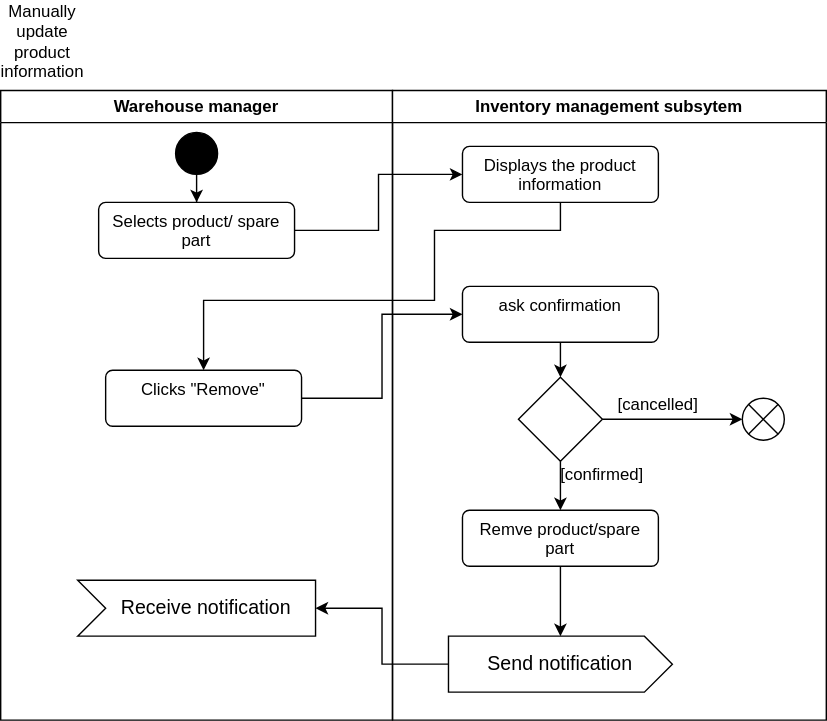
This is Update_prods.svg from Simamkele88/IFM3_GP, a draw.io export, as it was before one commit. Source tidied: cells renumbered, new cells last; positions are measured from the earlier drawing's top-left corner, leaving out a move shared by most shapes. Its diagram source:
```xml
<mxGraphModel>
  <root>
    <mxCell id="0" />
    <mxCell id="1" parent="0" />
    <mxCell id="2" value="Warehouse manager" style="swimlane;whiteSpace=wrap;html=1;" parent="1" vertex="1">
      <mxGeometry y="50" width="280" height="450" as="geometry" />
    </mxCell>
    <mxCell id="3" style="edgeStyle=orthogonalEdgeStyle;rounded=0;jettySize=auto;html=1;entryX=0.5;entryY=0;entryDx=0;entryDy=0;" parent="2" edge="1" source="4" target="5">
      <mxGeometry relative="1" as="geometry" />
    </mxCell>
    <mxCell id="4" style="ellipse;fillColor=strokeColor;html=1;" parent="2" vertex="1">
      <mxGeometry x="125" y="30" width="30" height="30" as="geometry" />
    </mxCell>
    <mxCell id="5" value="Selects product/ spare part" style="html=1;align=center;verticalAlign=top;rounded=1;absoluteArcSize=1;arcSize=10;dashed=0;whiteSpace=wrap;" parent="2" vertex="1">
      <mxGeometry x="70" y="80" width="140" height="40" as="geometry" />
    </mxCell>
    <mxCell id="6" value="Clicks &quot;Remove&quot;&lt;span style=&quot;color: rgba(0, 0, 0, 0); font-family: monospace; font-size: 0px; text-align: start; text-wrap-mode: nowrap;&quot;&gt;%3CmxGraphModel%3E%3Croot%3E%3CmxCell%20id%3D%220%22%2F%3E%3CmxCell%20id%3D%221%22%20parent%3D%220%22%2F%3E%3CmxCell%20id%3D%222%22%20value%3D%22Selects%20product%2F%20spare%20part%22%20style%3D%22html%3D1%3Balign%3Dcenter%3BverticalAlign%3Dtop%3Brounded%3D1%3BabsoluteArcSize%3D1%3BarcSize%3D10%3Bdashed%3D0%3BwhiteSpace%3Dwrap%3B%22%20vertex%3D%221%22%20parent%3D%221%22%3E%3CmxGeometry%20x%3D%22185%22%20y%3D%22270%22%20width%3D%22140%22%20height%3D%2240%22%20as%3D%22geometry%22%2F%3E%3C%2FmxCell%3E%3C%2Froot%3E%3C%2FmxGraphModel%3E&lt;/span&gt;" style="html=1;align=center;verticalAlign=top;rounded=1;absoluteArcSize=1;arcSize=10;dashed=0;whiteSpace=wrap;" parent="2" vertex="1">
      <mxGeometry x="75" y="200" width="140" height="40" as="geometry" />
    </mxCell>
    <mxCell id="7" value="Receive notification" style="html=1;shape=mxgraph.infographic.ribbonSimple;notch1=20;notch2=0;align=center;verticalAlign=middle;fontSize=14;fontStyle=0;fillColor=#FFFFFF;flipH=0;spacingRight=0;spacingLeft=14;whiteSpace=wrap;" parent="2" vertex="1">
      <mxGeometry x="55" y="350" width="170" height="40" as="geometry" />
    </mxCell>
    <mxCell id="8" value="Inventory management subsytem" style="swimlane;whiteSpace=wrap;html=1;" parent="1" vertex="1">
      <mxGeometry x="280" y="50" width="310" height="450" as="geometry" />
    </mxCell>
    <mxCell id="9" value="Displays the product information" style="html=1;align=center;verticalAlign=top;rounded=1;absoluteArcSize=1;arcSize=10;dashed=0;whiteSpace=wrap;" parent="8" vertex="1">
      <mxGeometry x="50" y="40" width="140" height="40" as="geometry" />
    </mxCell>
    <mxCell id="10" style="edgeStyle=orthogonalEdgeStyle;rounded=0;jettySize=auto;html=1;" parent="8" edge="1" source="11" target="14">
      <mxGeometry relative="1" as="geometry" />
    </mxCell>
    <mxCell id="11" value="ask confirmation" style="html=1;align=center;verticalAlign=top;rounded=1;absoluteArcSize=1;arcSize=10;dashed=0;whiteSpace=wrap;" parent="8" vertex="1">
      <mxGeometry x="50" y="140" width="140" height="40" as="geometry" />
    </mxCell>
    <mxCell id="12" style="edgeStyle=orthogonalEdgeStyle;rounded=0;jettySize=auto;html=1;" parent="8" edge="1" source="14" target="15">
      <mxGeometry relative="1" as="geometry" />
    </mxCell>
    <mxCell id="13" style="edgeStyle=orthogonalEdgeStyle;rounded=0;jettySize=auto;html=1;" parent="8" edge="1" source="14" target="18">
      <mxGeometry relative="1" as="geometry" />
    </mxCell>
    <mxCell id="14" style="rhombus;whiteSpace=wrap;html=1;" parent="8" vertex="1">
      <mxGeometry x="90" y="205" width="60" height="60" as="geometry" />
    </mxCell>
    <mxCell id="15" style="shape=sumEllipse;perimeter=ellipsePerimeter;html=1;backgroundOutline=1;" parent="8" vertex="1">
      <mxGeometry x="250" y="220" width="30" height="30" as="geometry" />
    </mxCell>
    <mxCell id="16" value="[cancelled]" style="text;html=1;align=center;verticalAlign=middle;whiteSpace=wrap;rounded=0;" parent="8" vertex="1">
      <mxGeometry x="160" y="210" width="60" height="30" as="geometry" />
    </mxCell>
    <mxCell id="17" style="edgeStyle=orthogonalEdgeStyle;rounded=0;jettySize=auto;html=1;" parent="8" edge="1" source="18" target="20">
      <mxGeometry relative="1" as="geometry" />
    </mxCell>
    <mxCell id="18" value="Remve product/spare part" style="html=1;align=center;verticalAlign=top;rounded=1;absoluteArcSize=1;arcSize=10;dashed=0;whiteSpace=wrap;" parent="8" vertex="1">
      <mxGeometry x="50" y="300" width="140" height="40" as="geometry" />
    </mxCell>
    <mxCell id="19" value="[confirmed]" style="text;html=1;align=center;verticalAlign=middle;whiteSpace=wrap;rounded=0;" parent="8" vertex="1">
      <mxGeometry x="120" y="260" width="60" height="30" as="geometry" />
    </mxCell>
    <mxCell id="20" value="Send notification" style="html=1;shape=mxgraph.infographic.ribbonSimple;notch1=0;notch2=20;align=center;verticalAlign=middle;fontSize=14;fontStyle=0;fillColor=#FFFFFF;whiteSpace=wrap;" parent="8" vertex="1">
      <mxGeometry x="40" y="390" width="160" height="40" as="geometry" />
    </mxCell>
    <mxCell id="21" value="Manually update product information" style="text;html=1;align=center;verticalAlign=middle;whiteSpace=wrap;rounded=0;" parent="1" vertex="1">
      <mxGeometry width="60" height="30" as="geometry" />
    </mxCell>
    <mxCell id="22" style="edgeStyle=orthogonalEdgeStyle;rounded=0;jettySize=auto;html=1;entryX=1;entryY=0.5;entryDx=0;entryDy=0;entryPerimeter=0;" parent="1" edge="1" source="20" target="7">
      <mxGeometry relative="1" as="geometry" />
    </mxCell>
    <mxCell id="23" style="edgeStyle=orthogonalEdgeStyle;rounded=0;jettySize=auto;html=1;entryX=0;entryY=0.5;entryDx=0;entryDy=0;" parent="1" edge="1" source="5" target="9">
      <mxGeometry relative="1" as="geometry" />
    </mxCell>
    <mxCell id="24" style="edgeStyle=orthogonalEdgeStyle;rounded=0;jettySize=auto;html=1;entryX=0.5;entryY=0;entryDx=0;entryDy=0;exitX=0.5;exitY=1;exitDx=0;exitDy=0;" parent="1" edge="1" source="9" target="6">
      <mxGeometry relative="1" as="geometry">
        <Array as="points">
          <mxPoint x="400" y="150" />
          <mxPoint x="310" y="150" />
          <mxPoint x="310" y="200" />
          <mxPoint x="145" y="200" />
        </Array>
      </mxGeometry>
    </mxCell>
    <mxCell id="25" style="edgeStyle=orthogonalEdgeStyle;rounded=0;jettySize=auto;html=1;entryX=0;entryY=0.5;entryDx=0;entryDy=0;" parent="1" edge="1" source="6" target="11">
      <mxGeometry relative="1" as="geometry" />
    </mxCell>
  </root>
</mxGraphModel>
```
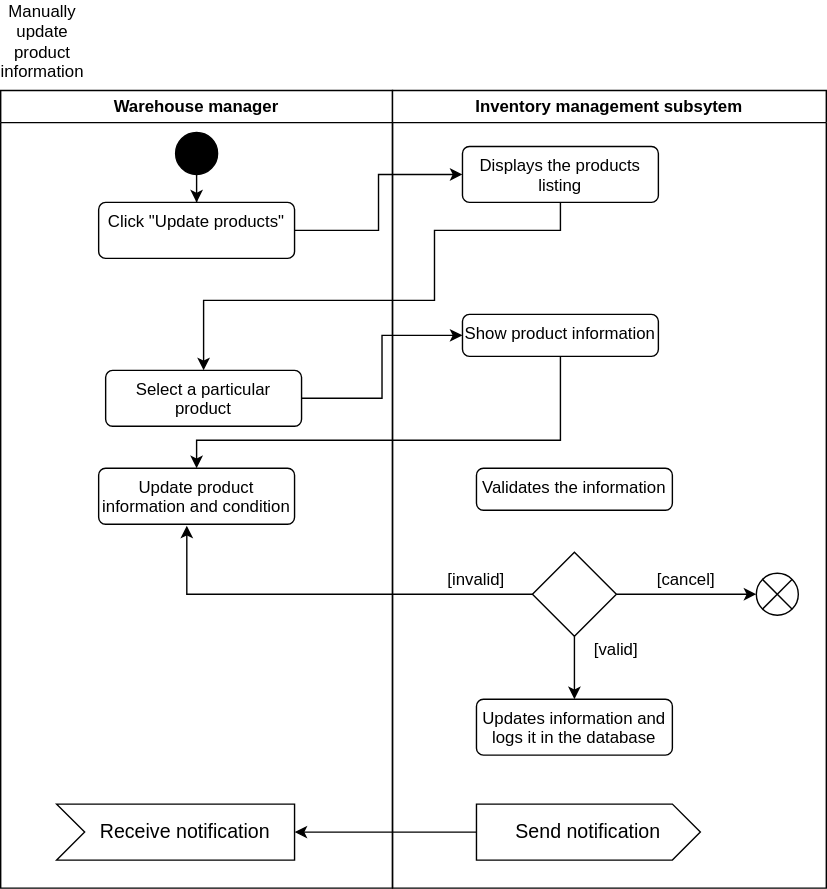
After the change.

Change to the diagram source:
```diff
@@ -3,7 +3,7 @@
     <mxCell id="0" />
     <mxCell id="1" parent="0" />
     <mxCell id="2" value="Warehouse manager" style="swimlane;whiteSpace=wrap;html=1;" parent="1" vertex="1">
-      <mxGeometry y="50" width="280" height="450" as="geometry" />
+      <mxGeometry y="50" width="280" height="570" as="geometry" />
     </mxCell>
     <mxCell id="3" style="edgeStyle=orthogonalEdgeStyle;rounded=0;jettySize=auto;html=1;entryX=0.5;entryY=0;entryDx=0;entryDy=0;" parent="2" edge="1" source="4" target="5">
       <mxGeometry relative="1" as="geometry" />
@@ -11,54 +11,57 @@
     <mxCell id="4" style="ellipse;fillColor=strokeColor;html=1;" parent="2" vertex="1">
       <mxGeometry x="125" y="30" width="30" height="30" as="geometry" />
     </mxCell>
-    <mxCell id="5" value="Selects product/ spare part" style="html=1;align=center;verticalAlign=top;rounded=1;absoluteArcSize=1;arcSize=10;dashed=0;whiteSpace=wrap;" parent="2" vertex="1">
+    <mxCell id="5" value="Click &quot;Update products&quot;" style="html=1;align=center;verticalAlign=top;rounded=1;absoluteArcSize=1;arcSize=10;dashed=0;whiteSpace=wrap;" parent="2" vertex="1">
       <mxGeometry x="70" y="80" width="140" height="40" as="geometry" />
     </mxCell>
-    <mxCell id="6" value="Clicks &quot;Remove&quot;&lt;span style=&quot;color: rgba(0, 0, 0, 0); font-family: monospace; font-size: 0px; text-align: start; text-wrap-mode: nowrap;&quot;&gt;%3CmxGraphModel%3E%3Croot%3E%3CmxCell%20id%3D%220%22%2F%3E%3CmxCell%20id%3D%221%22%20parent%3D%220%22%2F%3E%3CmxCell%20id%3D%222%22%20value%3D%22Selects%20product%2F%20spare%20part%22%20style%3D%22html%3D1%3Balign%3Dcenter%3BverticalAlign%3Dtop%3Brounded%3D1%3BabsoluteArcSize%3D1%3BarcSize%3D10%3Bdashed%3D0%3BwhiteSpace%3Dwrap%3B%22%20vertex%3D%221%22%20parent%3D%221%22%3E%3CmxGeometry%20x%3D%22185%22%20y%3D%22270%22%20width%3D%22140%22%20height%3D%2240%22%20as%3D%22geometry%22%2F%3E%3C%2FmxCell%3E%3C%2Froot%3E%3C%2FmxGraphModel%3E&lt;/span&gt;" style="html=1;align=center;verticalAlign=top;rounded=1;absoluteArcSize=1;arcSize=10;dashed=0;whiteSpace=wrap;" parent="2" vertex="1">
+    <mxCell id="6" value="Select a particular product" style="html=1;align=center;verticalAlign=top;rounded=1;absoluteArcSize=1;arcSize=10;dashed=0;whiteSpace=wrap;" parent="2" vertex="1">
       <mxGeometry x="75" y="200" width="140" height="40" as="geometry" />
     </mxCell>
     <mxCell id="7" value="Receive notification" style="html=1;shape=mxgraph.infographic.ribbonSimple;notch1=20;notch2=0;align=center;verticalAlign=middle;fontSize=14;fontStyle=0;fillColor=#FFFFFF;flipH=0;spacingRight=0;spacingLeft=14;whiteSpace=wrap;" parent="2" vertex="1">
-      <mxGeometry x="55" y="350" width="170" height="40" as="geometry" />
+      <mxGeometry x="40" y="510" width="170" height="40" as="geometry" />
     </mxCell>
+    <mxCell id="26" value="Update product information and condition" style="html=1;align=center;verticalAlign=top;rounded=1;absoluteArcSize=1;arcSize=10;dashed=0;whiteSpace=wrap;" parent="2" vertex="1">
+      <mxGeometry x="70" y="270" width="140" height="40" as="geometry" />
+    </mxCell>
     <mxCell id="8" value="Inventory management subsytem" style="swimlane;whiteSpace=wrap;html=1;" parent="1" vertex="1">
-      <mxGeometry x="280" y="50" width="310" height="450" as="geometry" />
+      <mxGeometry x="280" y="50" width="310" height="570" as="geometry" />
     </mxCell>
-    <mxCell id="9" value="Displays the product information" style="html=1;align=center;verticalAlign=top;rounded=1;absoluteArcSize=1;arcSize=10;dashed=0;whiteSpace=wrap;" parent="8" vertex="1">
+    <mxCell id="9" value="Displays the products listing" style="html=1;align=center;verticalAlign=top;rounded=1;absoluteArcSize=1;arcSize=10;dashed=0;whiteSpace=wrap;" parent="8" vertex="1">
       <mxGeometry x="50" y="40" width="140" height="40" as="geometry" />
     </mxCell>
-    <mxCell id="10" style="edgeStyle=orthogonalEdgeStyle;rounded=0;jettySize=auto;html=1;" parent="8" edge="1" source="11" target="14">
-      <mxGeometry relative="1" as="geometry" />
-    </mxCell>
-    <mxCell id="11" value="ask confirmation" style="html=1;align=center;verticalAlign=top;rounded=1;absoluteArcSize=1;arcSize=10;dashed=0;whiteSpace=wrap;" parent="8" vertex="1">
-      <mxGeometry x="50" y="140" width="140" height="40" as="geometry" />
+    <mxCell id="11" value="Show product information" style="html=1;align=center;verticalAlign=top;rounded=1;absoluteArcSize=1;arcSize=10;dashed=0;whiteSpace=wrap;" parent="8" vertex="1">
+      <mxGeometry x="50" y="160" width="140" height="30" as="geometry" />
     </mxCell>
-    <mxCell id="12" style="edgeStyle=orthogonalEdgeStyle;rounded=0;jettySize=auto;html=1;" parent="8" edge="1" source="14" target="15">
-      <mxGeometry relative="1" as="geometry" />
-    </mxCell>
-    <mxCell id="13" style="edgeStyle=orthogonalEdgeStyle;rounded=0;jettySize=auto;html=1;" parent="8" edge="1" source="14" target="18">
-      <mxGeometry relative="1" as="geometry" />
-    </mxCell>
-    <mxCell id="14" style="rhombus;whiteSpace=wrap;html=1;" parent="8" vertex="1">
-      <mxGeometry x="90" y="205" width="60" height="60" as="geometry" />
-    </mxCell>
-    <mxCell id="15" style="shape=sumEllipse;perimeter=ellipsePerimeter;html=1;backgroundOutline=1;" parent="8" vertex="1">
-      <mxGeometry x="250" y="220" width="30" height="30" as="geometry" />
-    </mxCell>
-    <mxCell id="16" value="[cancelled]" style="text;html=1;align=center;verticalAlign=middle;whiteSpace=wrap;rounded=0;" parent="8" vertex="1">
-      <mxGeometry x="160" y="210" width="60" height="30" as="geometry" />
-    </mxCell>
-    <mxCell id="17" style="edgeStyle=orthogonalEdgeStyle;rounded=0;jettySize=auto;html=1;" parent="8" edge="1" source="18" target="20">
-      <mxGeometry relative="1" as="geometry" />
-    </mxCell>
-    <mxCell id="18" value="Remve product/spare part" style="html=1;align=center;verticalAlign=top;rounded=1;absoluteArcSize=1;arcSize=10;dashed=0;whiteSpace=wrap;" parent="8" vertex="1">
-      <mxGeometry x="50" y="300" width="140" height="40" as="geometry" />
-    </mxCell>
-    <mxCell id="19" value="[confirmed]" style="text;html=1;align=center;verticalAlign=middle;whiteSpace=wrap;rounded=0;" parent="8" vertex="1">
-      <mxGeometry x="120" y="260" width="60" height="30" as="geometry" />
-    </mxCell>
     <mxCell id="20" value="Send notification" style="html=1;shape=mxgraph.infographic.ribbonSimple;notch1=0;notch2=20;align=center;verticalAlign=middle;fontSize=14;fontStyle=0;fillColor=#FFFFFF;whiteSpace=wrap;" parent="8" vertex="1">
-      <mxGeometry x="40" y="390" width="160" height="40" as="geometry" />
+      <mxGeometry x="60" y="510" width="160" height="40" as="geometry" />
     </mxCell>
+    <mxCell id="27" value="Validates the information" style="html=1;align=center;verticalAlign=top;rounded=1;absoluteArcSize=1;arcSize=10;dashed=0;whiteSpace=wrap;" parent="8" vertex="1">
+      <mxGeometry x="60" y="270" width="140" height="30" as="geometry" />
+    </mxCell>
+    <mxCell id="28" style="edgeStyle=orthogonalEdgeStyle;rounded=0;jettySize=auto;html=1;" parent="8" edge="1" source="30" target="31">
+      <mxGeometry relative="1" as="geometry" />
+    </mxCell>
+    <mxCell id="29" style="edgeStyle=orthogonalEdgeStyle;rounded=0;jettySize=auto;html=1;" parent="8" edge="1" source="30" target="33">
+      <mxGeometry relative="1" as="geometry" />
+    </mxCell>
+    <mxCell id="30" style="rhombus;whiteSpace=wrap;html=1;" parent="8" vertex="1">
+      <mxGeometry x="100" y="330" width="60" height="60" as="geometry" />
+    </mxCell>
+    <mxCell id="31" value="Updates information and logs it in the database" style="html=1;align=center;verticalAlign=top;rounded=1;absoluteArcSize=1;arcSize=10;dashed=0;whiteSpace=wrap;" parent="8" vertex="1">
+      <mxGeometry x="60" y="435" width="140" height="40" as="geometry" />
+    </mxCell>
+    <mxCell id="32" value="[valid]" style="text;html=1;align=center;verticalAlign=middle;whiteSpace=wrap;rounded=0;" parent="8" vertex="1">
+      <mxGeometry x="130" y="385" width="60" height="30" as="geometry" />
+    </mxCell>
+    <mxCell id="33" style="shape=sumEllipse;perimeter=ellipsePerimeter;html=1;backgroundOutline=1;" parent="8" vertex="1">
+      <mxGeometry x="260" y="345" width="30" height="30" as="geometry" />
+    </mxCell>
+    <mxCell id="34" value="[cancel]" style="text;html=1;align=center;verticalAlign=middle;whiteSpace=wrap;rounded=0;" parent="8" vertex="1">
+      <mxGeometry x="180" y="335" width="60" height="30" as="geometry" />
+    </mxCell>
+    <mxCell id="35" value="[invalid]" style="text;html=1;align=center;verticalAlign=middle;whiteSpace=wrap;rounded=0;" parent="8" vertex="1">
+      <mxGeometry x="30" y="335" width="60" height="30" as="geometry" />
+    </mxCell>
     <mxCell id="21" value="Manually update product information" style="text;html=1;align=center;verticalAlign=middle;whiteSpace=wrap;rounded=0;" parent="1" vertex="1">
       <mxGeometry width="60" height="30" as="geometry" />
     </mxCell>
@@ -81,5 +84,16 @@
     <mxCell id="25" style="edgeStyle=orthogonalEdgeStyle;rounded=0;jettySize=auto;html=1;entryX=0;entryY=0.5;entryDx=0;entryDy=0;" parent="1" edge="1" source="6" target="11">
       <mxGeometry relative="1" as="geometry" />
     </mxCell>
+    <mxCell id="36" style="edgeStyle=orthogonalEdgeStyle;rounded=0;jettySize=auto;html=1;" parent="1" edge="1" source="11" target="26">
+      <mxGeometry relative="1" as="geometry">
+        <Array as="points">
+          <mxPoint x="400" y="300" />
+          <mxPoint x="140" y="300" />
+        </Array>
+      </mxGeometry>
+    </mxCell>
+    <mxCell id="37" style="edgeStyle=orthogonalEdgeStyle;rounded=0;jettySize=auto;html=1;exitX=0;exitY=0.5;exitDx=0;exitDy=0;entryX=0.45;entryY=1.025;entryDx=0;entryDy=0;entryPerimeter=0;" parent="1" edge="1" source="30" target="26">
+      <mxGeometry relative="1" as="geometry" />
+    </mxCell>
   </root>
 </mxGraphModel>
```
